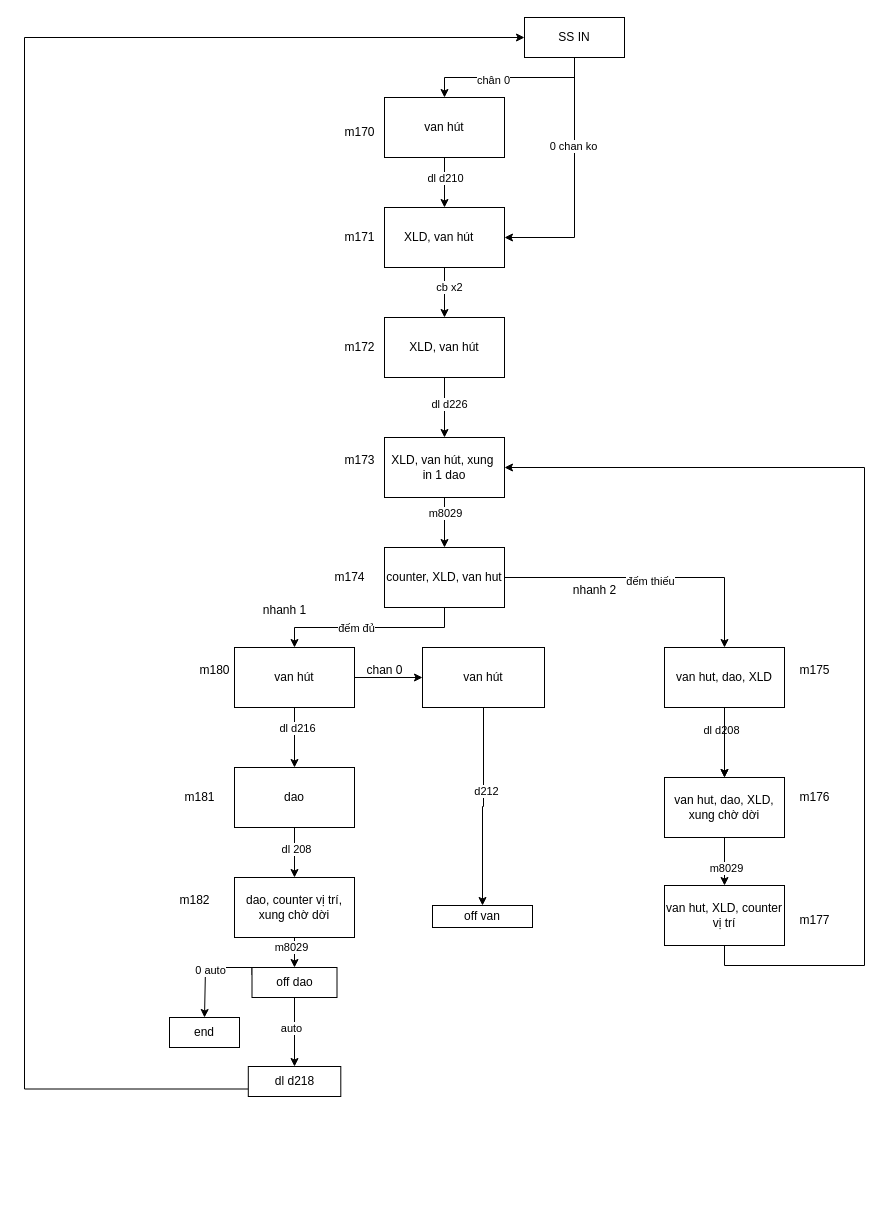
Before: 1 dao.drawio in robowindgit/a0-quyencun, a draw.io diagram. Source tidied: cells renumbered, new cells numbered last; positions are measured from the earlier drawing's top-left corner, leaving out a move shared by most shapes. Both pictures are drawn from the tidied source at 100%, with x=0, y=0 at pixel (24, 17).
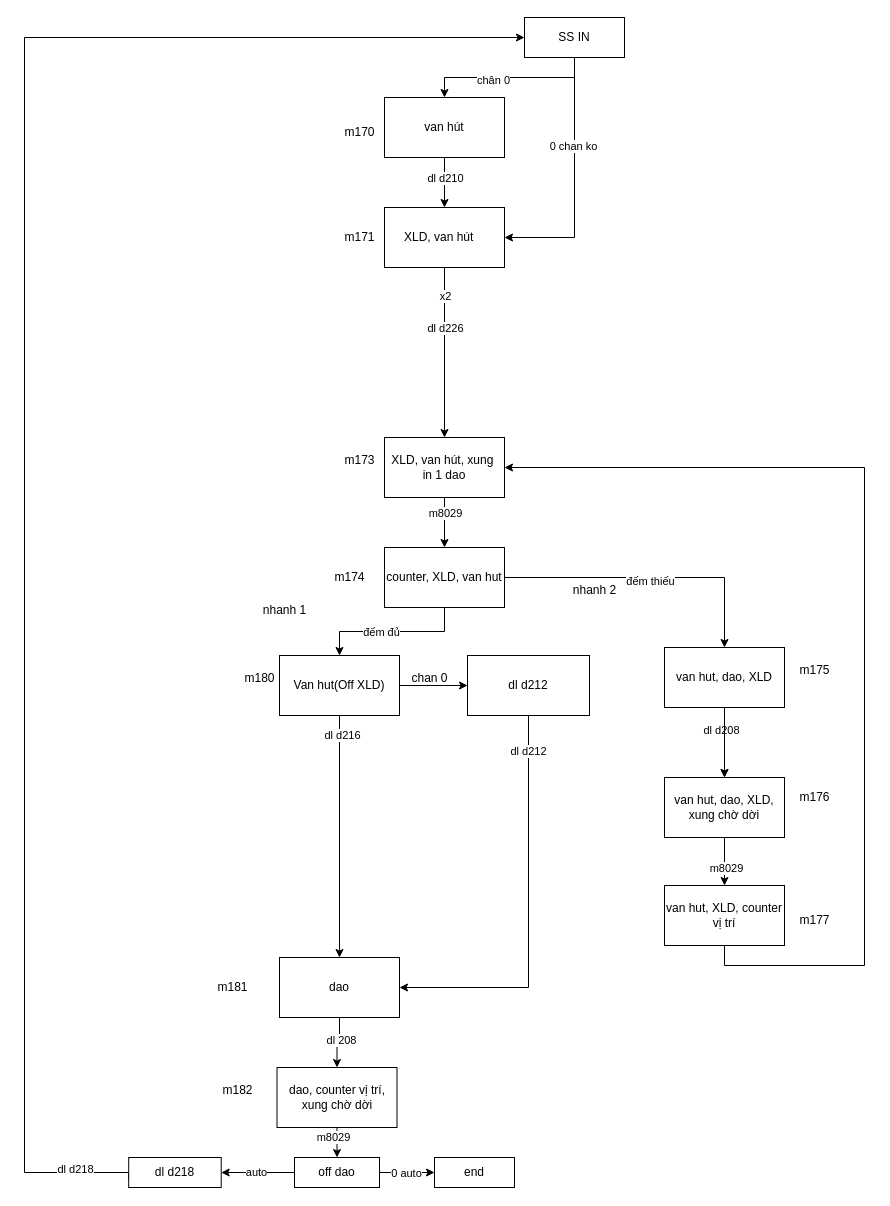
Above is the later version.

Commit message:
Cập nhật 1 dao.drawio

Unchanged cells that the change refers to:
```xml
<mxCell id="6" value="SS IN" style="whiteSpace=wrap;html=1;" parent="1" vertex="1">
  <mxGeometry x="500" width="100" height="40" as="geometry" />
</mxCell>
<mxCell id="13" value="XLD, van hút&lt;span style=&quot;white-space: pre;&quot;&gt;&#9;&lt;/span&gt;" style="whiteSpace=wrap;html=1;" parent="1" vertex="1">
  <mxGeometry x="360" y="190" width="120" height="60" as="geometry" />
</mxCell>
<mxCell id="21" value="XLD, van hút, xung&amp;nbsp; in 1 dao" style="whiteSpace=wrap;html=1;" parent="1" vertex="1">
  <mxGeometry x="360" y="420" width="120" height="60" as="geometry" />
</mxCell>
<mxCell id="29" style="edgeStyle=orthogonalEdgeStyle;rounded=0;jettySize=auto;html=1;exitX=0.5;exitY=1;exitDx=0;exitDy=0;entryX=0.5;entryY=0;entryDx=0;entryDy=0;" parent="1" edge="1" source="32" target="36">
  <mxGeometry relative="1" as="geometry" />
</mxCell>
```

The edit, as a diff of the source:
```diff
@@
-    <mxCell id="11" style="edgeStyle=orthogonalEdgeStyle;rounded=0;jettySize=auto;html=1;exitX=0.5;exitY=1;exitDx=0;exitDy=0;entryX=0.5;entryY=0;entryDx=0;entryDy=0;" parent="1" edge="1" source="13" target="17">
-      <mxGeometry relative="1" as="geometry" />
-    </mxCell>
-    <mxCell id="12" value="cb x2" style="edgeLabel;html=1;align=center;verticalAlign=middle;" parent="11" vertex="1">
-      <mxGeometry x="-0.23" y="4" relative="1" as="geometry" />
-    </mxCell>
+    <mxCell id="69" style="edgeStyle=orthogonalEdgeStyle;rounded=0;jettySize=auto;html=1;exitX=0.5;exitY=1;exitDx=0;exitDy=0;entryX=0.5;entryY=0;entryDx=0;entryDy=0;" parent="1" edge="1" source="13" target="21">
+      <mxGeometry relative="1" as="geometry" />
+    </mxCell>
+    <mxCell id="70" value="x2" style="edgeLabel;html=1;align=center;verticalAlign=middle;" parent="69" vertex="1">
+      <mxGeometry x="-0.67" relative="1" as="geometry" />
+    </mxCell>
+    <mxCell id="16" value="dl d226" style="edgeLabel;html=1;align=center;verticalAlign=middle;" parent="69" vertex="1">
+      <mxGeometry x="-0.06" y="-4" relative="1" as="geometry">
+        <mxPoint x="4" y="-20" as="offset" />
+      </mxGeometry>
+    </mxCell>
@@
-    <mxCell id="15" style="edgeStyle=orthogonalEdgeStyle;rounded=0;jettySize=auto;html=1;exitX=0.5;exitY=1;exitDx=0;exitDy=0;entryX=0.5;entryY=0;entryDx=0;entryDy=0;" parent="1" edge="1" source="17" target="21">
-      <mxGeometry relative="1" as="geometry" />
-    </mxCell>
-    <mxCell id="16" value="dl d226" style="edgeLabel;html=1;align=center;verticalAlign=middle;" parent="15" vertex="1">
-      <mxGeometry x="-0.13" y="4" relative="1" as="geometry" />
-    </mxCell>
-    <mxCell id="17" value="XLD, van hút" style="whiteSpace=wrap;html=1;" parent="1" vertex="1">
-      <mxGeometry x="360" y="300" width="120" height="60" as="geometry" />
-    </mxCell>
-    <mxCell id="18" value="m172" style="text;html=1;align=center;verticalAlign=middle;strokeColor=none;fillColor=none;" parent="1" vertex="1">
-      <mxGeometry x="310" y="315" width="50" height="30" as="geometry" />
-    </mxCell>
@@
+    <mxCell id="31" style="edgeStyle=orthogonalEdgeStyle;rounded=0;jettySize=auto;html=1;exitX=1;exitY=0.5;exitDx=0;exitDy=0;entryX=0;entryY=0.5;entryDx=0;entryDy=0;" parent="1" edge="1" source="32" target="49">
+      <mxGeometry relative="1" as="geometry" />
+    </mxCell>
@@
     <mxCell id="30" value="dl d216" style="edgeLabel;html=1;align=center;verticalAlign=middle;" parent="29" vertex="1">
-      <mxGeometry x="-0.35" y="2" relative="1" as="geometry" />
+      <mxGeometry x="-0.85" y="2" relative="1" as="geometry">
+        <mxPoint y="1" as="offset" />
+      </mxGeometry>
     </mxCell>
-    <mxCell id="31" style="edgeStyle=orthogonalEdgeStyle;rounded=0;jettySize=auto;html=1;exitX=1;exitY=0.5;exitDx=0;exitDy=0;entryX=0;entryY=0.5;entryDx=0;entryDy=0;" parent="1" edge="1" source="32" target="49">
-      <mxGeometry relative="1" as="geometry" />
-    </mxCell>
-    <mxCell id="32" value="van hút" style="whiteSpace=wrap;html=1;" parent="1" vertex="1">
-      <mxGeometry x="210" y="630" width="120" height="60" as="geometry" />
+    <mxCell id="32" value="Van hut(Off XLD)" style="whiteSpace=wrap;html=1;" parent="1" vertex="1">
+      <mxGeometry x="255" y="638" width="120" height="60" as="geometry" />
     </mxCell>
     <mxCell id="33" value="m180" style="text;html=1;align=center;verticalAlign=middle;strokeColor=none;fillColor=none;" parent="1" vertex="1">
-      <mxGeometry x="165" y="638" width="50" height="30" as="geometry" />
+      <mxGeometry x="210" y="646" width="50" height="30" as="geometry" />
     </mxCell>
@@
     <mxCell id="36" value="dao" style="whiteSpace=wrap;html=1;" parent="1" vertex="1">
-      <mxGeometry x="210" y="750" width="120" height="60" as="geometry" />
+      <mxGeometry x="255" y="940" width="120" height="60" as="geometry" />
     </mxCell>
     <mxCell id="37" value="m181" style="text;html=1;align=center;verticalAlign=middle;strokeColor=none;fillColor=none;" parent="1" vertex="1">
-      <mxGeometry x="150" y="765" width="50" height="30" as="geometry" />
+      <mxGeometry x="182.5" y="955" width="50" height="30" as="geometry" />
     </mxCell>
@@
     <mxCell id="40" value="dao, counter vị trí, xung chờ dời" style="whiteSpace=wrap;html=1;" parent="1" vertex="1">
-      <mxGeometry x="210" y="860" width="120" height="60" as="geometry" />
+      <mxGeometry x="252.5" y="1050" width="120" height="60" as="geometry" />
     </mxCell>
     <mxCell id="41" value="m182" style="text;html=1;align=center;verticalAlign=middle;strokeColor=none;fillColor=none;" parent="1" vertex="1">
-      <mxGeometry x="145" y="868" width="50" height="30" as="geometry" />
+      <mxGeometry x="187.5" y="1058" width="50" height="30" as="geometry" />
     </mxCell>
-    <mxCell id="42" style="edgeStyle=orthogonalEdgeStyle;rounded=0;jettySize=auto;html=1;exitX=0.5;exitY=1;exitDx=0;exitDy=0;" parent="1" edge="1" source="46" target="65">
+    <mxCell id="42" style="edgeStyle=orthogonalEdgeStyle;rounded=0;jettySize=auto;html=1;exitX=0;exitY=0.5;exitDx=0;exitDy=0;" parent="1" edge="1" source="46" target="65">
       <mxGeometry relative="1" as="geometry">
         <Array as="points">
-          <mxPoint x="270" y="1010" />
-          <mxPoint x="270" y="1010" />
+          <mxPoint x="312" y="1155" />
         </Array>
       </mxGeometry>
     </mxCell>
@@
-    <mxCell id="44" style="edgeStyle=orthogonalEdgeStyle;rounded=0;jettySize=auto;html=1;exitX=0;exitY=0.25;exitDx=0;exitDy=0;" parent="1" edge="1" source="46">
-      <mxGeometry relative="1" as="geometry">
-        <mxPoint x="180" y="1000" as="targetPoint" />
-        <Array as="points">
-          <mxPoint x="228" y="950" />
-          <mxPoint x="181" y="950" />
-        </Array>
-      </mxGeometry>
-    </mxCell>
+    <mxCell id="71" value="auto" style="edgeLabel;html=1;align=center;verticalAlign=middle;" parent="42" vertex="1">
+      <mxGeometry x="0.57" y="-1" relative="1" as="geometry" />
+    </mxCell>
+    <mxCell id="72" style="edgeStyle=orthogonalEdgeStyle;rounded=0;jettySize=auto;html=1;exitX=1;exitY=0.5;exitDx=0;exitDy=0;entryX=0;entryY=0.5;entryDx=0;entryDy=0;" parent="1" edge="1" source="46" target="66">
+      <mxGeometry relative="1" as="geometry" />
+    </mxCell>
-    <mxCell id="45" value="0 auto" style="edgeLabel;html=1;align=center;verticalAlign=middle;" parent="44" vertex="1">
-      <mxGeometry x="-0.04" y="2" relative="1" as="geometry" />
+    <mxCell id="45" value="0 auto" style="edgeLabel;html=1;align=center;verticalAlign=middle;" parent="72" vertex="1">
+      <mxGeometry x="-0.4" y="1" relative="1" as="geometry">
+        <mxPoint x="9" y="1" as="offset" />
+      </mxGeometry>
     </mxCell>
     <mxCell id="46" value="off dao" style="whiteSpace=wrap;html=1;" parent="1" vertex="1">
-      <mxGeometry x="227.5" y="950" width="85" height="30" as="geometry" />
+      <mxGeometry x="270" y="1140" width="85" height="30" as="geometry" />
     </mxCell>
-    <mxCell id="47" style="edgeStyle=orthogonalEdgeStyle;rounded=0;jettySize=auto;html=1;exitX=0.5;exitY=1;exitDx=0;exitDy=0;" parent="1" edge="1" source="49" target="63">
-      <mxGeometry relative="1" as="geometry" />
-    </mxCell>
-    <mxCell id="48" value="d212" style="edgeLabel;html=1;align=center;verticalAlign=middle;" parent="47" vertex="1">
-      <mxGeometry x="-0.17" y="2" relative="1" as="geometry" />
-    </mxCell>
+    <mxCell id="73" style="edgeStyle=orthogonalEdgeStyle;rounded=0;jettySize=auto;html=1;exitX=0.5;exitY=1;exitDx=0;exitDy=0;entryX=1;entryY=0.5;entryDx=0;entryDy=0;" parent="1" edge="1" source="49" target="36">
+      <mxGeometry relative="1" as="geometry" />
+    </mxCell>
+    <mxCell id="74" value="dl d212" style="edgeLabel;html=1;align=center;verticalAlign=middle;" parent="73" vertex="1">
+      <mxGeometry x="-0.82" y="-1" relative="1" as="geometry">
+        <mxPoint y="-1" as="offset" />
+      </mxGeometry>
+    </mxCell>
-    <mxCell id="49" value="van hút" style="whiteSpace=wrap;html=1;" parent="1" vertex="1">
-      <mxGeometry x="398" y="630" width="122" height="60" as="geometry" />
+    <mxCell id="49" value="dl d212" style="whiteSpace=wrap;html=1;" parent="1" vertex="1">
+      <mxGeometry x="443" y="638" width="122" height="60" as="geometry" />
     </mxCell>
@@
-    <mxCell id="63" value="off van" style="whiteSpace=wrap;html=1;" parent="1" vertex="1">
-      <mxGeometry x="408" y="888" width="100" height="22" as="geometry" />
-    </mxCell>
     <mxCell id="64" style="edgeStyle=orthogonalEdgeStyle;rounded=0;jettySize=auto;html=1;exitX=0;exitY=0.75;exitDx=0;exitDy=0;entryX=0;entryY=0.5;entryDx=0;entryDy=0;" parent="1" edge="1" source="65" target="6">
       <mxGeometry relative="1" as="geometry">
         <Array as="points">
-          <mxPoint y="1072" />
+          <mxPoint x="104" y="1155" />
+          <mxPoint y="1155" />
           <mxPoint y="20" />
         </Array>
       </mxGeometry>
     </mxCell>
+    <mxCell id="75" value="dl d218" style="edgeLabel;html=1;align=center;verticalAlign=middle;" parent="64" vertex="1">
+      <mxGeometry x="-0.83" y="-1" relative="1" as="geometry">
+        <mxPoint x="49" y="33" as="offset" />
+      </mxGeometry>
+    </mxCell>
     <mxCell id="65" value="dl d218" style="whiteSpace=wrap;html=1;" parent="1" vertex="1">
-      <mxGeometry x="223.8" y="1049" width="92.5" height="30" as="geometry" />
+      <mxGeometry x="104.2" y="1140" width="92.5" height="30" as="geometry" />
     </mxCell>
-    <mxCell id="66" value="end" style="whiteSpace=wrap;html=1;" parent="1" vertex="1">
-      <mxGeometry x="145" y="1000" width="70" height="30" as="geometry" />
-    </mxCell>
     <mxCell id="67" value="chan 0" style="text;html=1;align=center;verticalAlign=middle;strokeColor=none;fillColor=none;" parent="1" vertex="1">
-      <mxGeometry x="330" y="638" width="60" height="30" as="geometry" />
+      <mxGeometry x="375" y="646" width="60" height="30" as="geometry" />
     </mxCell>
@@
+    <mxCell id="66" value="end" style="whiteSpace=wrap;html=1;" parent="1" vertex="1">
+      <mxGeometry x="410" y="1140" width="80" height="30" as="geometry" />
+    </mxCell>
```
